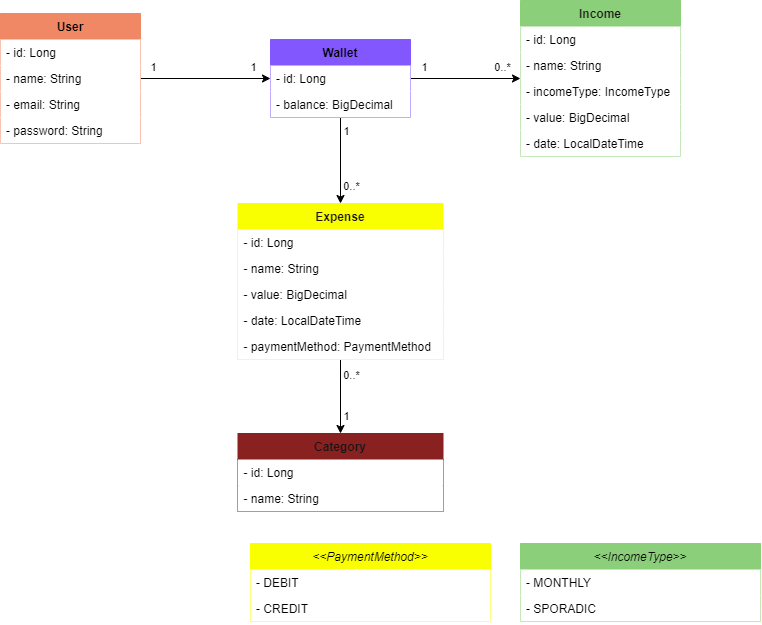
This is uml.png from luizfiliperm/finance-api, a draw.io export, as it was before one commit. Source tidied: cells renumbered, new cells last; positions are measured from the earlier drawing's top-left corner, leaving out a move shared by most shapes.
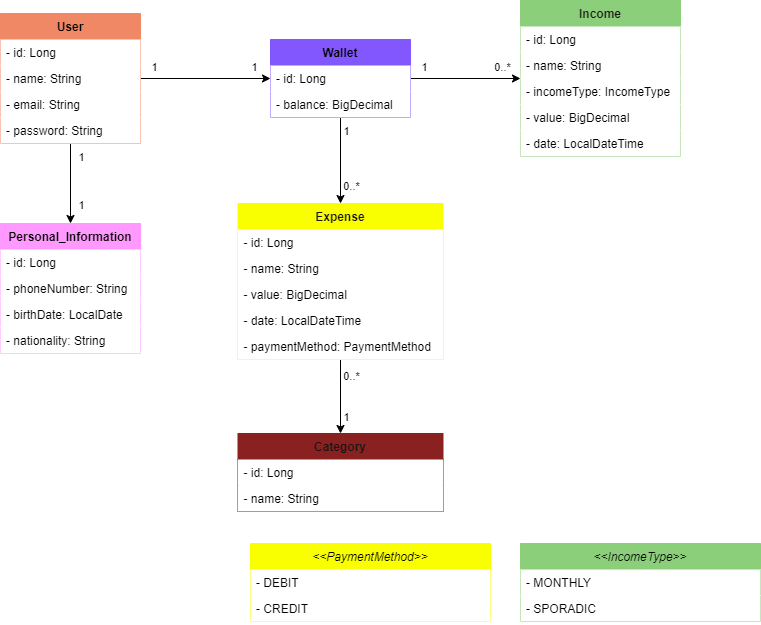
Above is the later version.

Commit message:
Adding Personal Information to the UML diagram

The edit, as a diff of the source:
```diff
@@ -15,6 +15,19 @@
         <mxPoint x="-3" y="-12" as="offset" />
       </mxGeometry>
     </mxCell>
+    <mxCell id="43" style="edgeStyle=none;html=1;strokeColor=#000000;" parent="1" edge="1" source="5" target="46">
+      <mxGeometry relative="1" as="geometry" />
+    </mxCell>
+    <mxCell id="44" value="1" style="edgeLabel;html=1;align=center;verticalAlign=middle;labelBackgroundColor=none;fontColor=#000000;" parent="43" vertex="1">
+      <mxGeometry x="-0.55" y="-1" relative="1" as="geometry">
+        <mxPoint x="11" y="-5" as="offset" />
+      </mxGeometry>
+    </mxCell>
+    <mxCell id="45" value="1" style="edgeLabel;html=1;align=center;verticalAlign=middle;labelBackgroundColor=none;fontColor=#000000;" parent="43" vertex="1">
+      <mxGeometry x="0.53" relative="1" as="geometry">
+        <mxPoint x="10" as="offset" />
+      </mxGeometry>
+    </mxCell>
     <mxCell id="5" value="User" style="swimlane;fontStyle=1;horizontal=1;startSize=26;fillColor=#f08765;fontColor=#000000;strokeColor=#f08765;rounded=0;" parent="1" vertex="1">
       <mxGeometry y="13" width="140" height="130" as="geometry" />
     </mxCell>
@@ -141,5 +154,20 @@
     <mxCell id="42" value="- name: String" style="text;strokeColor=none;fillColor=#FFFFFF;align=left;verticalAlign=top;spacingLeft=4;spacingRight=4;overflow=hidden;fontStyle=0;fontColor=#000000;rounded=0;" parent="40" vertex="1">
       <mxGeometry y="52" width="205" height="26" as="geometry" />
     </mxCell>
+    <mxCell id="46" value="Personal_Information" style="swimlane;fontStyle=1;horizontal=1;startSize=26;fillColor=#FF99FF;fontColor=#000000;strokeColor=#FF99FF;rounded=0;" parent="1" vertex="1">
+      <mxGeometry y="223" width="140" height="130" as="geometry" />
+    </mxCell>
+    <mxCell id="47" value="- id: Long" style="text;strokeColor=none;fillColor=#FFFFFF;align=left;verticalAlign=top;spacingLeft=4;spacingRight=4;overflow=hidden;fontColor=#000000;rounded=0;" parent="46" vertex="1">
+      <mxGeometry y="26" width="140" height="26" as="geometry" />
+    </mxCell>
+    <mxCell id="48" value="- phoneNumber: String" style="text;strokeColor=none;fillColor=#FFFFFF;align=left;verticalAlign=top;spacingLeft=4;spacingRight=4;overflow=hidden;fontColor=#000000;rounded=0;" parent="46" vertex="1">
+      <mxGeometry y="52" width="140" height="26" as="geometry" />
+    </mxCell>
+    <mxCell id="49" value="- birthDate: LocalDate" style="text;strokeColor=none;fillColor=#FFFFFF;align=left;verticalAlign=top;spacingLeft=4;spacingRight=4;overflow=hidden;fontColor=#000000;rounded=0;" parent="46" vertex="1">
+      <mxGeometry y="78" width="140" height="26" as="geometry" />
+    </mxCell>
+    <mxCell id="50" value="- nationality: String" style="text;strokeColor=none;fillColor=#FFFFFF;align=left;verticalAlign=top;spacingLeft=4;spacingRight=4;overflow=hidden;fontColor=#000000;rounded=0;" parent="46" vertex="1">
+      <mxGeometry y="104" width="140" height="26" as="geometry" />
+    </mxCell>
   </root>
 </mxGraphModel>
```
